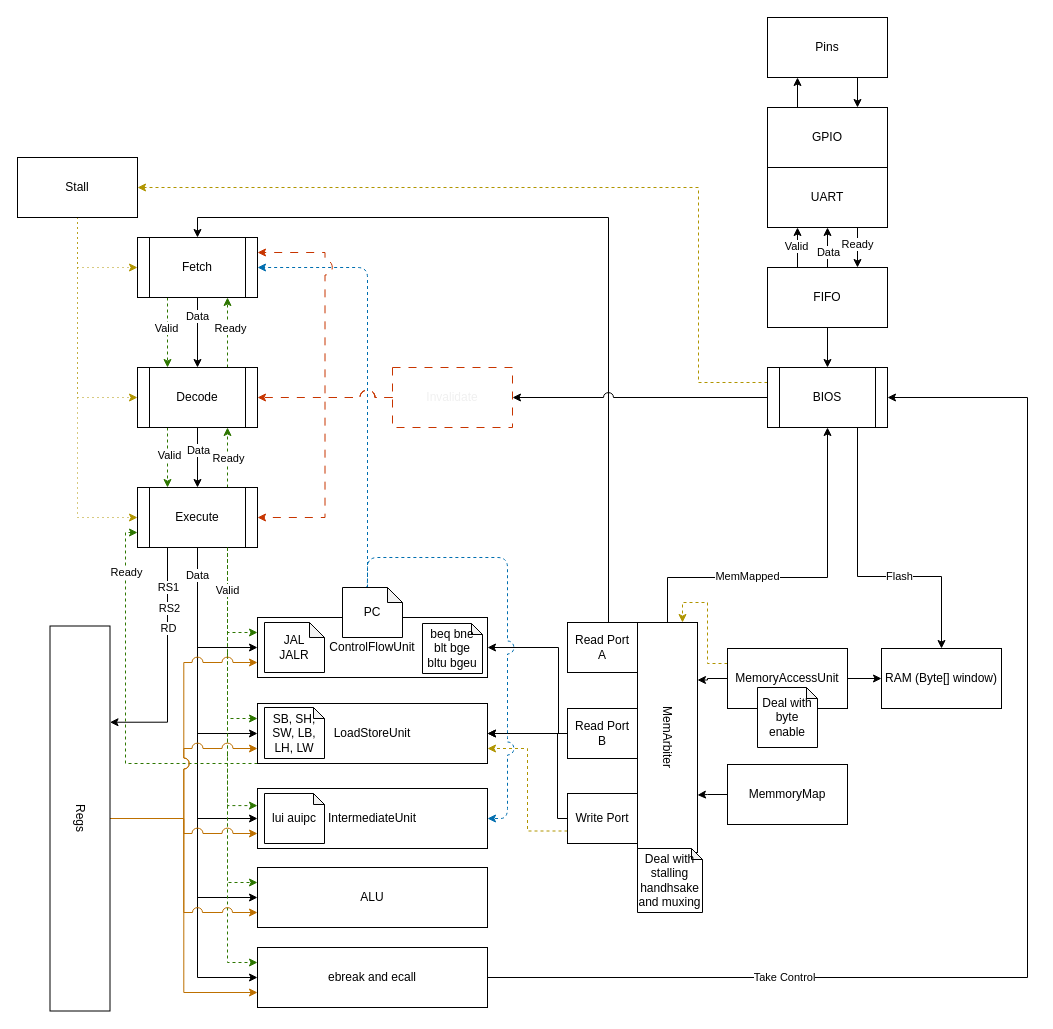
TheFanatr/Test-RV32I-Mv keeps this draw.io diagram as MyRv32I.drawio. Above is the earlier version. Source tidied: cells renumbered, new cells numbered last; positions are measured from the earlier drawing's top-left corner, leaving out a move shared by most shapes. Both pictures are drawn from the tidied source at 100%, with x=0, y=0 at pixel (-113, 17).
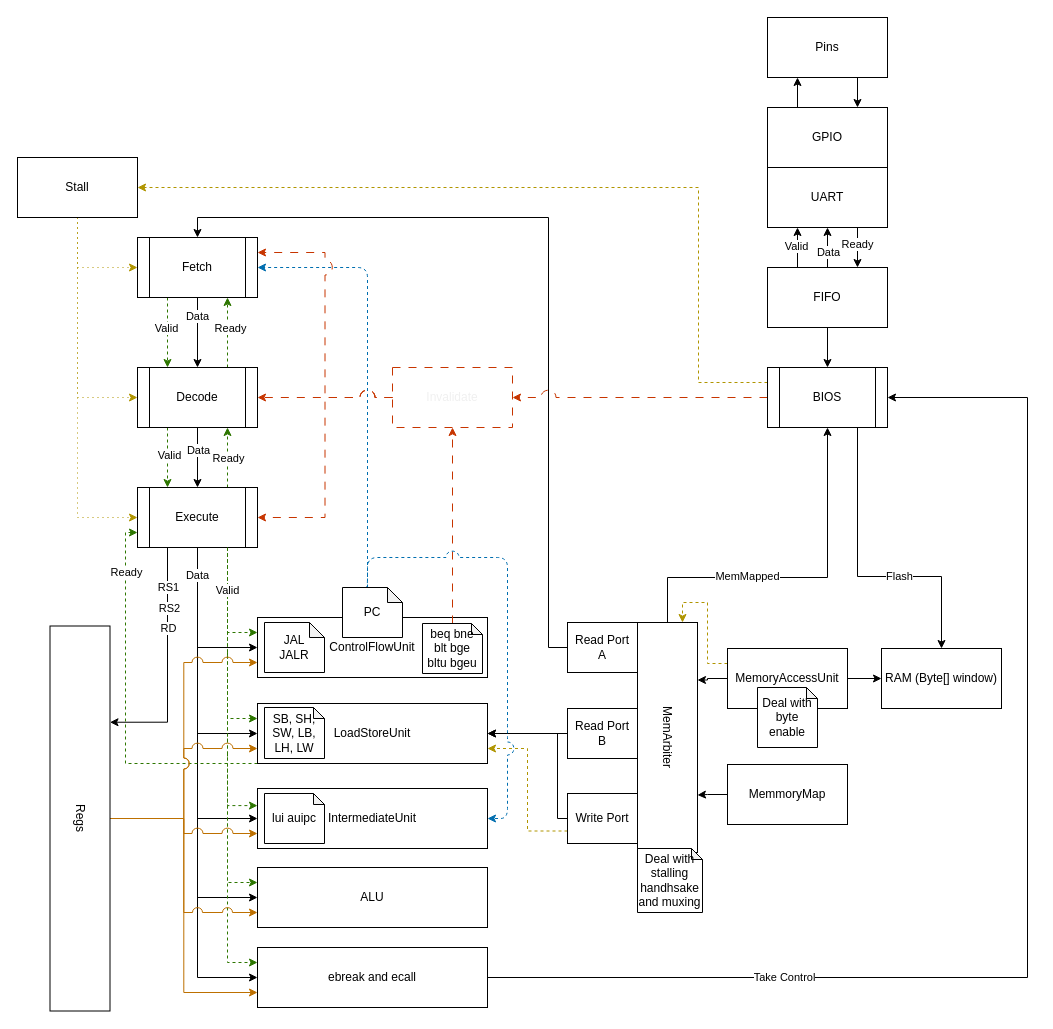
Above is the later version.

Unchanged cells that the change refers to:
```xml
<mxCell id="2" value="ControlFlowUnit" style="rounded=0;whiteSpace=wrap;html=1;align=center;labelPosition=center;verticalLabelPosition=middle;verticalAlign=middle;" parent="1" vertex="1">
  <mxGeometry x="370" y="600" width="230" height="60" as="geometry" />
</mxCell>
<mxCell id="7" value="Fetch" style="shape=process;whiteSpace=wrap;html=1;backgroundOutline=1;" parent="1" vertex="1">
  <mxGeometry x="250" y="220" width="120" height="60" as="geometry" />
</mxCell>
<mxCell id="37" value="beq bne blt bge bltu bgeu" style="shape=note;whiteSpace=wrap;html=1;backgroundOutline=1;darkOpacity=0.05;size=11;" parent="1" vertex="1">
  <mxGeometry x="535" y="606" width="60" height="50" as="geometry" />
</mxCell>
<mxCell id="54" value="Read Port&lt;div&gt;A&lt;/div&gt;" style="rounded=0;whiteSpace=wrap;html=1;" parent="1" vertex="1">
  <mxGeometry x="680" y="605" width="70" height="50" as="geometry" />
</mxCell>
<mxCell id="57" value="Read Port&lt;div&gt;B&lt;/div&gt;" style="rounded=0;whiteSpace=wrap;html=1;" parent="1" vertex="1">
  <mxGeometry x="680" y="691" width="70" height="50" as="geometry" />
</mxCell>
<mxCell id="65" value="BIOS" style="shape=process;whiteSpace=wrap;html=1;backgroundOutline=1;" parent="1" vertex="1">
  <mxGeometry x="880" y="350" width="120" height="60" as="geometry" />
</mxCell>
<mxCell id="84" value="Invalidate" style="rounded=0;whiteSpace=wrap;html=1;dashed=1;dashPattern=8 8;fillColor=none;fontColor=#F0F0F0;strokeColor=#C73500;" parent="1" vertex="1">
  <mxGeometry x="505" y="350" width="120" height="60" as="geometry" />
</mxCell>
```

Diff of the diagram source:
```diff
@@
+    <mxCell id="101" style="edgeStyle=orthogonalEdgeStyle;rounded=0;jettySize=auto;html=1;entryX=0.5;entryY=1;entryDx=0;entryDy=0;dashed=1;dashPattern=8 8;strokeColor=#C73500;align=center;verticalAlign=middle;fontFamily=Helvetica;fontSize=11;fontColor=default;labelBackgroundColor=default;jumpStyle=arc;jumpSize=15;endArrow=classic;fillColor=#fa6800;" parent="1" edge="1" source="37" target="84">
+      <mxGeometry relative="1" as="geometry" />
+    </mxCell>
@@
     <mxCell id="53" style="edgeStyle=orthogonalEdgeStyle;rounded=0;jettySize=auto;html=1;entryX=0.5;entryY=0;entryDx=0;entryDy=0;jumpStyle=arc;jumpSize=10;" parent="1" edge="1" source="54" target="7">
       <mxGeometry relative="1" as="geometry">
         <Array as="points">
-          <mxPoint x="721" y="200" />
+          <mxPoint x="661" y="630" />
+          <mxPoint x="661" y="200" />
           <mxPoint x="310" y="200" />
         </Array>
       </mxGeometry>
     </mxCell>
@@
-    <mxCell id="56" style="edgeStyle=orthogonalEdgeStyle;rounded=0;jettySize=auto;html=1;entryX=1;entryY=0.5;entryDx=0;entryDy=0;" parent="1" edge="1" source="57" target="2">
-      <mxGeometry relative="1" as="geometry">
-        <Array as="points">
-          <mxPoint x="671" y="716" />
-          <mxPoint x="671" y="630" />
-        </Array>
-      </mxGeometry>
-    </mxCell>
@@
-    <mxCell id="63" style="edgeStyle=orthogonalEdgeStyle;rounded=0;jettySize=auto;html=1;entryX=1;entryY=0.5;entryDx=0;entryDy=0;jumpStyle=arc;jumpSize=10;" parent="1" edge="1" source="65" target="84">
+    <mxCell id="63" style="edgeStyle=orthogonalEdgeStyle;rounded=0;jettySize=auto;html=1;entryX=1;entryY=0.5;entryDx=0;entryDy=0;jumpStyle=arc;jumpSize=15;dashed=1;dashPattern=8 8;strokeColor=#C73500;align=center;verticalAlign=middle;fontFamily=Helvetica;fontSize=11;fontColor=default;labelBackgroundColor=default;endArrow=classic;fillColor=#fa6800;" parent="1" edge="1" source="65" target="84">
       <mxGeometry relative="1" as="geometry" />
     </mxCell>
```
